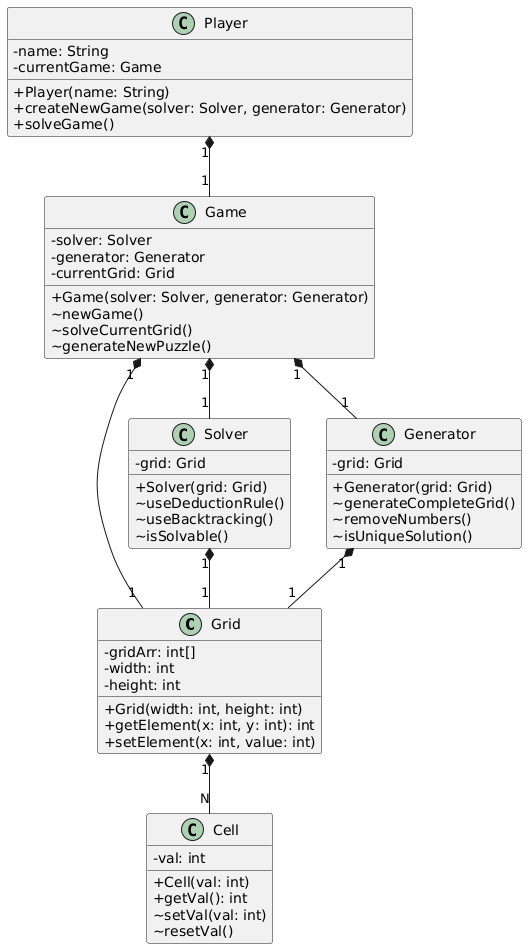
Before: Diagrammes/Images/Diagramme_Classes.png, a diagram exported from PlantUML (Zenkai04/APO). Source of this version:
```plantuml
@startuml
skinparam classAttributeIconSize 0

class Grid {
 -gridArr: int[]
 -width: int
 -height: int
 +Grid(width: int, height: int)
 +getElement(x: int, y: int): int
 +setElement(x: int, value: int)
}

class Cell {
 -val: int
 +Cell(val: int)
 +getVal(): int
 ~setVal(val: int)
 ~resetVal()
}

class Solver {
 -grid: Grid
 +Solver(grid: Grid)
 ~useDeductionRule()
 ~useBacktracking()
 ~isSolvable()
}

class Generator {
 -grid: Grid
 +Generator(grid: Grid)
 ~generateCompleteGrid()
 ~removeNumbers()
 ~isUniqueSolution()
}

class Game {
 -solver: Solver
 -generator: Generator
 -currentGrid: Grid
 +Game(solver: Solver, generator: Generator)
 ~newGame()
 ~solveCurrentGrid()
 ~generateNewPuzzle()
}

class Player {
 -name: String
 -currentGame: Game
 +Player(name: String)
 +createNewGame(solver: Solver, generator: Generator)
 +solveGame()
}

Grid "1" *-- "N" Cell
Solver "1" *-- "1" Grid
Generator "1" *-- "1" Grid
Game "1" *-- "1" Solver
Game "1" *-- "1" Generator
Game "1" *-- "1" Grid
Player "1" *-- "1" Game
@enduml
```
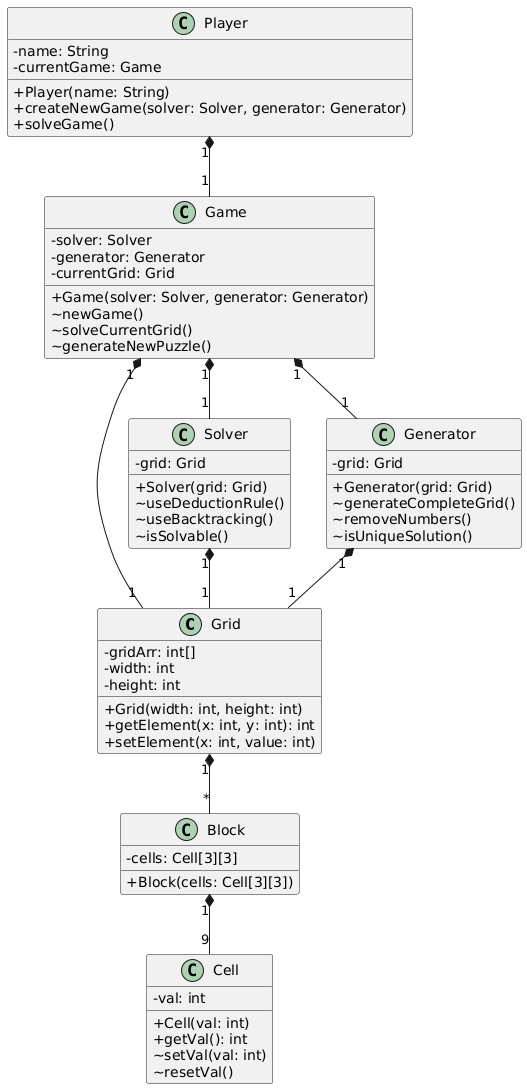
Above is the later version.

What changed in the source:
```diff
@@ -16,6 +16,11 @@
  +getVal(): int
  ~setVal(val: int)
  ~resetVal()
+}
+
+class Block {
+ -cells: Cell[3][3]
+ +Block(cells: Cell[3][3])
 }
 
 class Solver {
@@ -52,7 +57,9 @@
  +solveGame()
 }
 
-Grid "1" *-- "N" Cell
+
+Grid "1" *-- "*" Block
+Block "1" *-- "9" Cell
 Solver "1" *-- "1" Grid
 Generator "1" *-- "1" Grid
 Game "1" *-- "1" Solver
```
